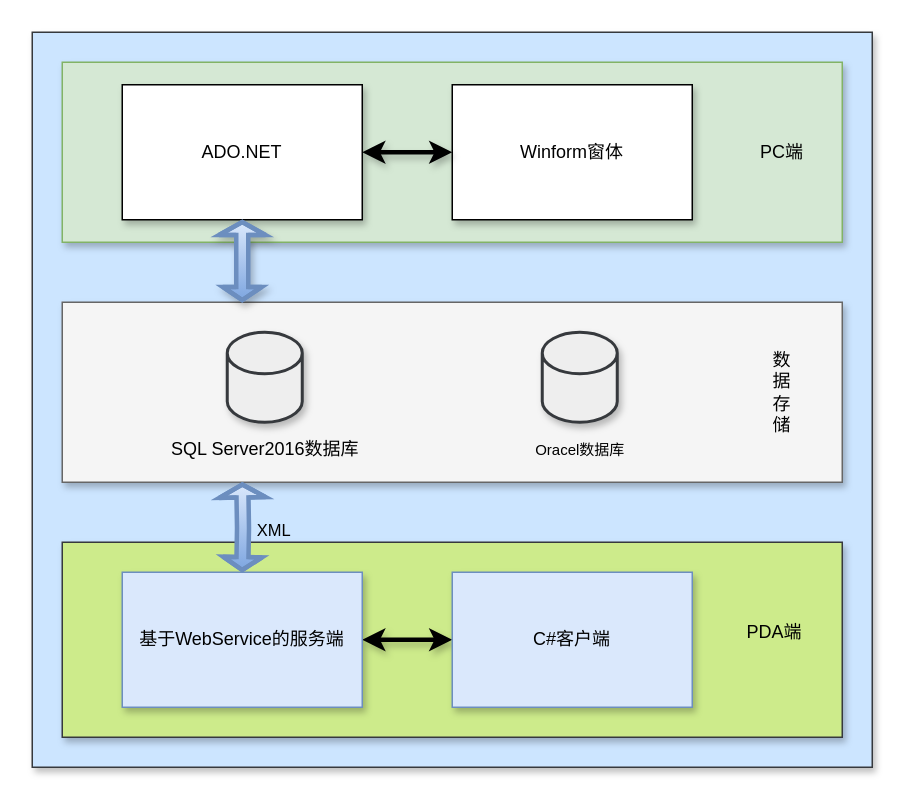
The draw.io diagram WMS系统架构.drawio in 177-Liukuan/MyPicture, before the edit. Source tidied: cells renumbered, new cells numbered last; positions are measured from the earlier drawing's top-left corner, leaving out a move shared by most shapes. Both pictures are drawn from the tidied source at 150%, with x=0, y=0 at pixel (32, 32).
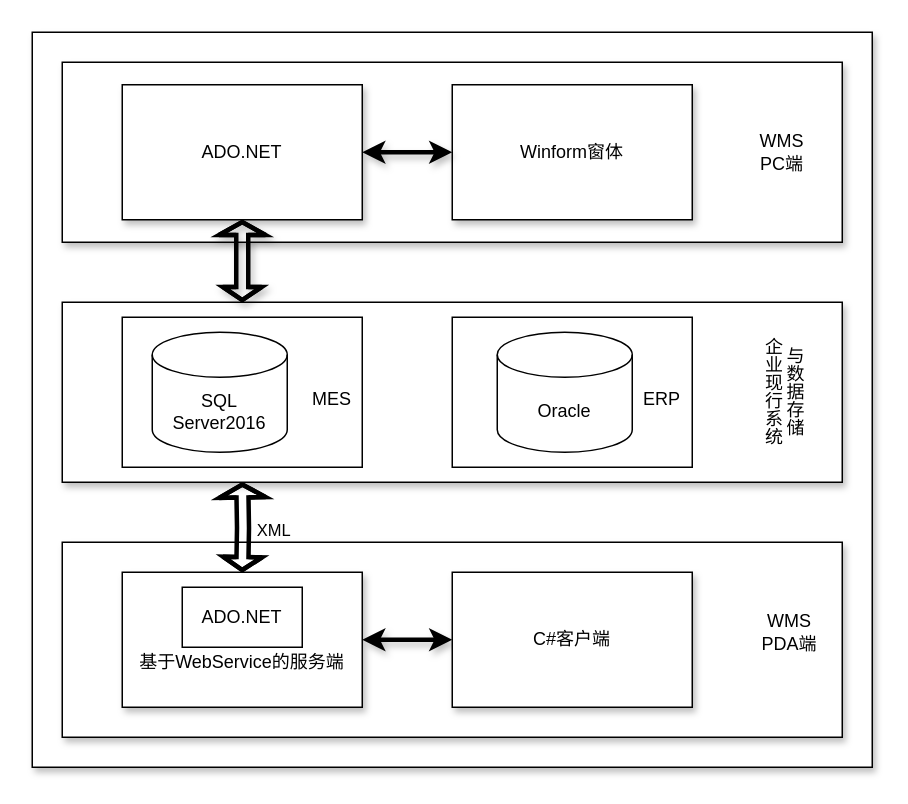
After the change.

Commit message:
更新WMS系统架构.drawio

Unchanged cells that the change refers to:
```xml
<mxCell id="6" value=" ADO.NET" style="rounded=0;whiteSpace=wrap;html=1;labelBackgroundColor=none;fontColor=default;shadow=1;" parent="1" vertex="1">
  <mxGeometry x="60" y="35" width="160" height="90" as="geometry" />
</mxCell>
```

The edit, as a diff of the source:
```diff
@@
-    <mxCell id="2" style="whiteSpace=wrap;html=1;fillColor=#cce5ff;strokeColor=#36393d;shadow=1;" parent="1" vertex="1">
+    <mxCell id="2" style="whiteSpace=wrap;html=1;shadow=1;" parent="1" vertex="1">
       <mxGeometry width="560" height="490" as="geometry" />
     </mxCell>
-    <mxCell id="3" style="rounded=0;whiteSpace=wrap;html=1;fillColor=#d5e8d4;strokeColor=#82b366;labelBackgroundColor=none;fontColor=default;shadow=1;" parent="1" vertex="1">
+    <mxCell id="3" style="rounded=0;whiteSpace=wrap;html=1;labelBackgroundColor=none;shadow=1;" parent="1" vertex="1">
       <mxGeometry x="20" y="20" width="520" height="120" as="geometry" />
     </mxCell>
@@
-    <mxCell id="7" style="rounded=0;whiteSpace=wrap;html=1;fillColor=#f5f5f5;strokeColor=#666666;labelBackgroundColor=none;fontColor=#333333;shadow=1;" parent="1" vertex="1">
+    <mxCell id="7" style="rounded=0;whiteSpace=wrap;html=1;labelBackgroundColor=none;shadow=1;" parent="1" vertex="1">
       <mxGeometry x="20" y="180" width="520" height="120" as="geometry" />
     </mxCell>
-    <mxCell id="8" value="&lt;font style=&quot;font-weight: normal; font-size: 12px;&quot;&gt;SQL Server2016数据库&lt;/font&gt;" style="shape=mxgraph.cisco.storage.relational_database;sketch=0;html=1;dashed=0;fillColor=#eeeeee;strokeColor=#36393d;strokeWidth=2;verticalLabelPosition=bottom;verticalAlign=top;align=center;fontSize=16;fontStyle=1;labelBackgroundColor=none;fontColor=default;shadow=1;" parent="1" vertex="1">
-      <mxGeometry x="130" y="200" width="50" height="60" as="geometry" />
-    </mxCell>
-    <mxCell id="9" style="rounded=0;whiteSpace=wrap;html=1;fillColor=#cdeb8b;strokeColor=#36393d;shadow=1;" parent="1" vertex="1">
+    <mxCell id="9" style="rounded=0;whiteSpace=wrap;html=1;shadow=1;" parent="1" vertex="1">
       <mxGeometry x="20" y="340" width="520" height="130" as="geometry" />
     </mxCell>
@@
-    <mxCell id="11" value="基于WebService的服务端" style="rounded=0;whiteSpace=wrap;html=1;fillColor=#dae8fc;strokeColor=#6c8ebf;shadow=1;" parent="1" vertex="1">
+    <mxCell id="11" value="&lt;br&gt;&lt;br&gt;基于WebService的服务端" style="rounded=0;whiteSpace=wrap;html=1;shadow=1;" parent="1" vertex="1">
       <mxGeometry x="60" y="360" width="160" height="90" as="geometry" />
     </mxCell>
-    <mxCell id="12" value="C#客户端" style="rounded=0;whiteSpace=wrap;html=1;fillColor=#dae8fc;strokeColor=#6c8ebf;shadow=1;" parent="1" vertex="1">
+    <mxCell id="12" value="C#客户端" style="rounded=0;whiteSpace=wrap;html=1;shadow=1;" parent="1" vertex="1">
       <mxGeometry x="280" y="360" width="160" height="90" as="geometry" />
     </mxCell>
-    <mxCell id="13" value="PC端" style="text;html=1;strokeColor=none;fillColor=none;align=center;verticalAlign=middle;whiteSpace=wrap;rounded=0;labelBackgroundColor=none;fontColor=default;shadow=1;" parent="1" vertex="1">
-      <mxGeometry x="480" y="30" width="40" height="100" as="geometry" />
-    </mxCell>
-    <mxCell id="14" value="数据存储" style="text;html=1;strokeColor=none;fillColor=none;align=center;verticalAlign=middle;whiteSpace=wrap;rounded=0;labelBackgroundColor=none;fontColor=default;shadow=1;" parent="1" vertex="1">
+    <mxCell id="14" value="企业现行系统&lt;br&gt;&lt;div&gt;与数据存储&lt;/div&gt;" style="text;html=1;strokeColor=none;fillColor=none;align=center;verticalAlign=middle;whiteSpace=wrap;rounded=0;labelBackgroundColor=none;fontColor=default;shadow=1;textDirection=vertical-lr;" parent="1" vertex="1">
       <mxGeometry x="490" y="190" width="20" height="100" as="geometry" />
     </mxCell>
-    <mxCell id="15" value="PDA端" style="text;html=1;strokeColor=none;fillColor=none;align=center;verticalAlign=middle;whiteSpace=wrap;rounded=0;shadow=1;" parent="1" vertex="1">
-      <mxGeometry x="470" y="350" width="50" height="100" as="geometry" />
+    <mxCell id="15" value="WMS&lt;br&gt;PDA端" style="text;html=1;strokeColor=none;fillColor=none;align=center;verticalAlign=middle;whiteSpace=wrap;rounded=0;shadow=1;" parent="1" vertex="1">
+      <mxGeometry x="480" y="350" width="50" height="100" as="geometry" />
     </mxCell>
-    <mxCell id="16" value="&lt;font size=&quot;1&quot;&gt;&lt;span style=&quot;font-weight: 400;&quot;&gt;Oracel数据库&lt;/span&gt;&lt;/font&gt;" style="shape=mxgraph.cisco.storage.relational_database;sketch=0;html=1;dashed=0;fillColor=#eeeeee;strokeColor=#36393d;strokeWidth=2;verticalLabelPosition=bottom;verticalAlign=top;align=center;fontSize=16;fontStyle=1;labelBackgroundColor=none;fontColor=default;shadow=1;" parent="1" vertex="1">
-      <mxGeometry x="340" y="200" width="50" height="60" as="geometry" />
-    </mxCell>
-    <mxCell id="17" style="edgeStyle=orthogonalEdgeStyle;rounded=0;jettySize=auto;html=1;startArrow=classic;startFill=1;shape=flexArrow;width=6;startSize=1.89;endSize=1.89;strokeWidth=3;endWidth=15;fillColor=#dae8fc;strokeColor=#6c8ebf;gradientColor=#7ea6e0;labelBackgroundColor=none;fontColor=default;shadow=1;" parent="1" edge="1" source="6">
+    <mxCell id="17" style="edgeStyle=orthogonalEdgeStyle;rounded=0;jettySize=auto;html=1;startArrow=classic;startFill=1;shape=flexArrow;width=6;startSize=1.89;endSize=1.89;strokeWidth=3;endWidth=15;labelBackgroundColor=none;fontColor=default;shadow=1;" parent="1" edge="1" source="6">
       <mxGeometry relative="1" as="geometry">
         <mxPoint x="140" y="180" as="targetPoint" />
       </mxGeometry>
     </mxCell>
-    <mxCell id="18" style="edgeStyle=orthogonalEdgeStyle;rounded=0;jettySize=auto;html=1;startArrow=classic;startFill=1;shape=flexArrow;width=6;startSize=1.89;endSize=1.89;strokeWidth=3;endWidth=15;entryX=0.5;entryY=0;entryDx=0;entryDy=0;fillColor=#dae8fc;strokeColor=#6c8ebf;gradientColor=#7ea6e0;" parent="1" edge="1" target="11">
+    <mxCell id="18" style="edgeStyle=orthogonalEdgeStyle;rounded=0;jettySize=auto;html=1;startArrow=classic;startFill=1;shape=flexArrow;width=6;startSize=1.89;endSize=1.89;strokeWidth=3;endWidth=15;entryX=0.5;entryY=0;entryDx=0;entryDy=0;" parent="1" edge="1" target="11">
       <mxGeometry relative="1" as="geometry">
         <mxPoint x="140" y="300" as="sourcePoint" />
       </mxGeometry>
     </mxCell>
@@
+    <mxCell id="20" value="ADO.NET" style="rounded=0;whiteSpace=wrap;html=1;" parent="1" vertex="1">
+      <mxGeometry x="100" y="370" width="80" height="40" as="geometry" />
+    </mxCell>
+    <mxCell id="21" style="rounded=0;whiteSpace=wrap;html=1;" parent="1" vertex="1">
+      <mxGeometry x="60" y="190" width="160" height="100" as="geometry" />
+    </mxCell>
+    <mxCell id="22" value="SQL&lt;br&gt;Server2016" style="shape=cylinder3;whiteSpace=wrap;html=1;boundedLbl=1;backgroundOutline=1;size=15;" parent="1" vertex="1">
+      <mxGeometry x="80" y="200" width="90" height="80" as="geometry" />
+    </mxCell>
+    <mxCell id="23" value="MES" style="text;html=1;align=center;verticalAlign=middle;whiteSpace=wrap;rounded=0;" parent="1" vertex="1">
+      <mxGeometry x="180" y="230" width="40" height="30" as="geometry" />
+    </mxCell>
+    <mxCell id="24" style="rounded=0;whiteSpace=wrap;html=1;" parent="1" vertex="1">
+      <mxGeometry x="280" y="190" width="160" height="100" as="geometry" />
+    </mxCell>
+    <mxCell id="25" value="Oracle" style="shape=cylinder3;whiteSpace=wrap;html=1;boundedLbl=1;backgroundOutline=1;size=15;" parent="1" vertex="1">
+      <mxGeometry x="310" y="200" width="90" height="80" as="geometry" />
+    </mxCell>
+    <mxCell id="26" value="ERP" style="text;html=1;align=center;verticalAlign=middle;whiteSpace=wrap;rounded=0;" parent="1" vertex="1">
+      <mxGeometry x="390" y="230" width="60" height="30" as="geometry" />
+    </mxCell>
+    <mxCell id="27" value="WMS&lt;br&gt;PC端" style="text;html=1;strokeColor=none;fillColor=none;align=center;verticalAlign=middle;whiteSpace=wrap;rounded=0;labelBackgroundColor=none;fontColor=default;shadow=1;" parent="1" vertex="1">
+      <mxGeometry x="480" y="30" width="40" height="100" as="geometry" />
+    </mxCell>
```
